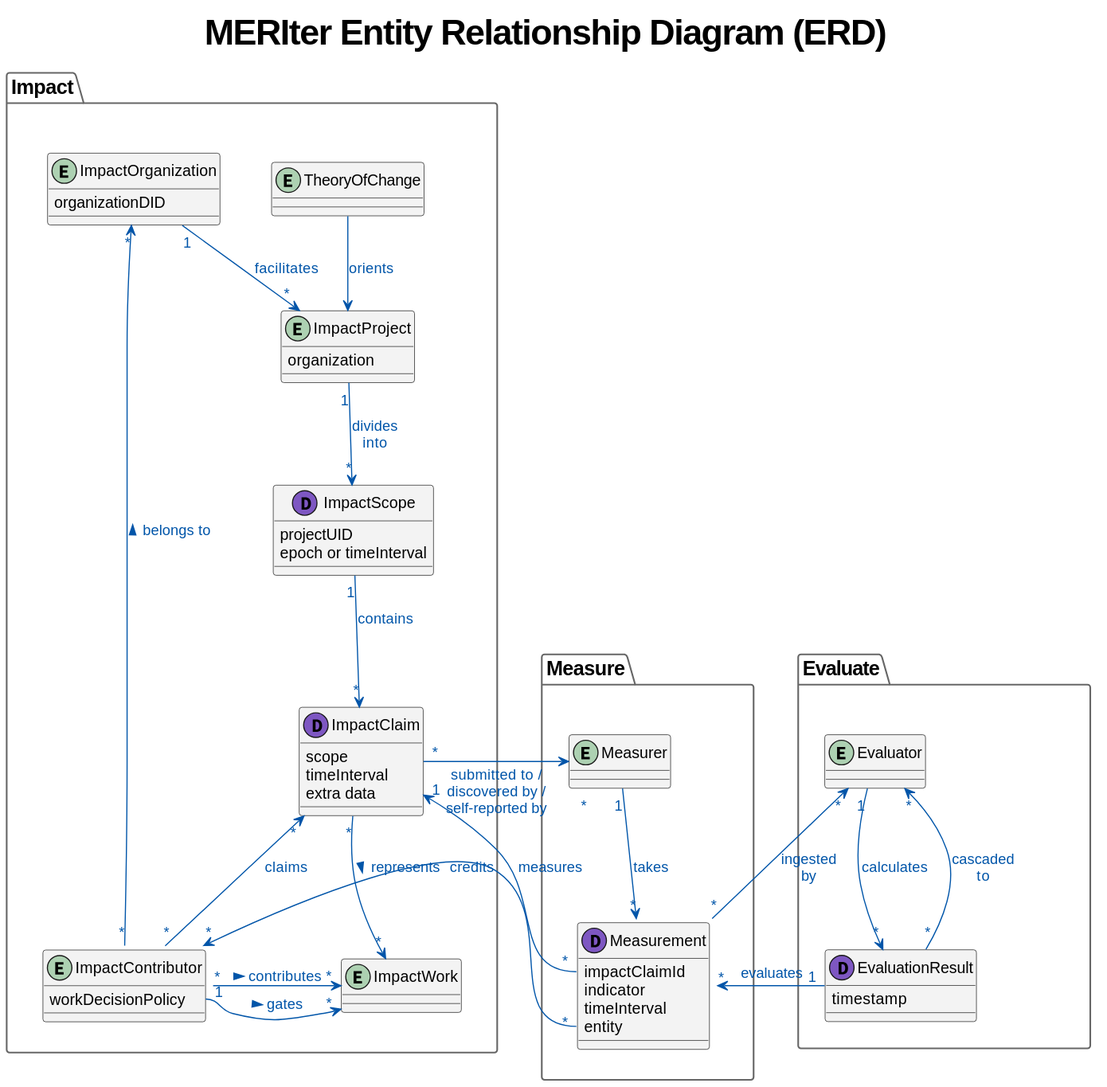
This is diagrams/ERD-impact-measure-evaluate.svg from aspiers/ImpactEvaluators, a PlantUML export, as it was before one commit.
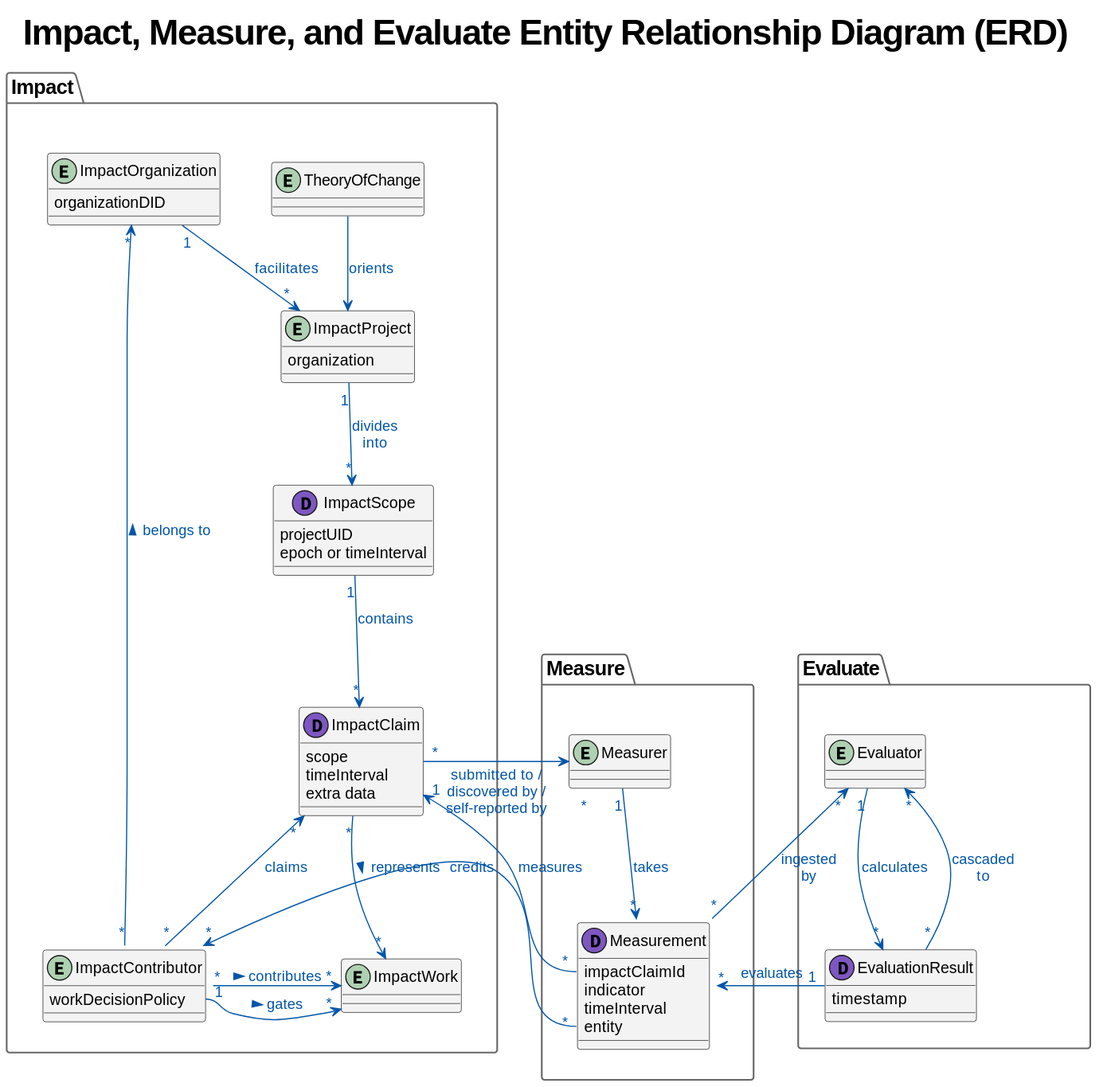
The same file after the commit.

What changed in the source:
```diff
@@ -1,9 +1,11 @@
 @startuml
 
-!$PROJECT_NAME = "MERIter"
+!ifndef PROJECT_NAME
+!define PROJECT_NAME MERIter
+!endif
 !$DIAGRAM_TYPE = "Entity Relationship Diagram (ERD)"
 !ifndef FULL_TITLE
-!$FULL_TITLE = $PROJECT_NAME + " " + $DIAGRAM_TYPE
+!$FULL_TITLE = PROJECT_NAME + " " + $DIAGRAM_TYPE
 !endif
 
 !ifndef SHOW_FIELDS
```
